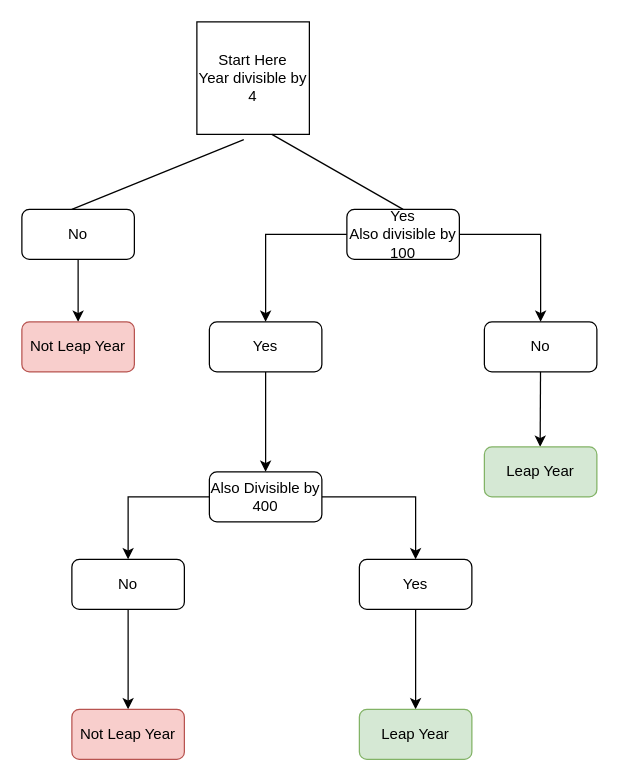
Above: LeapYear.drawio in jiahedman/LeapYear (draw.io), before the change. Source tidied: cells renumbered, new cells numbered last; positions are measured from the earlier drawing's top-left corner, leaving out a move shared by most shapes. Both pictures are drawn from the tidied source at 125%, with x=0, y=0 at pixel (21, 21).
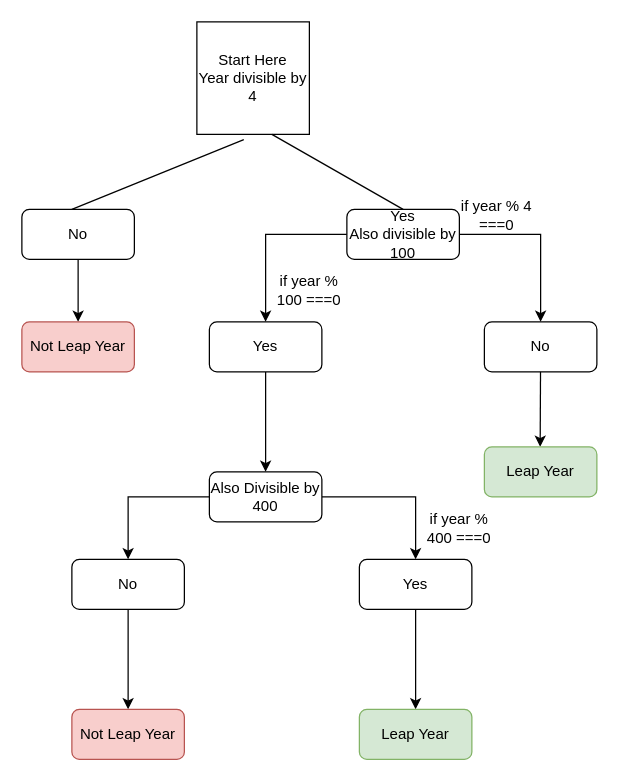
Above is the later version.

The edit, as a diff of the source:
```diff
@@
+    <mxCell id="25" value="if year % 4 ===0" style="text;html=1;strokeColor=none;fillColor=none;align=center;verticalAlign=middle;whiteSpace=wrap;rounded=0;" parent="1" vertex="1">
+      <mxGeometry x="350" y="140" width="60" height="30" as="geometry" />
+    </mxCell>
+    <mxCell id="26" value="if year % 100 ===0" style="text;html=1;strokeColor=none;fillColor=none;align=center;verticalAlign=middle;whiteSpace=wrap;rounded=0;" parent="1" vertex="1">
+      <mxGeometry x="200" y="200" width="60" height="30" as="geometry" />
+    </mxCell>
+    <mxCell id="27" value="if year % 400 ===0" style="text;html=1;strokeColor=none;fillColor=none;align=center;verticalAlign=middle;whiteSpace=wrap;rounded=0;" parent="1" vertex="1">
+      <mxGeometry x="320" y="390" width="60" height="30" as="geometry" />
+    </mxCell>
```
